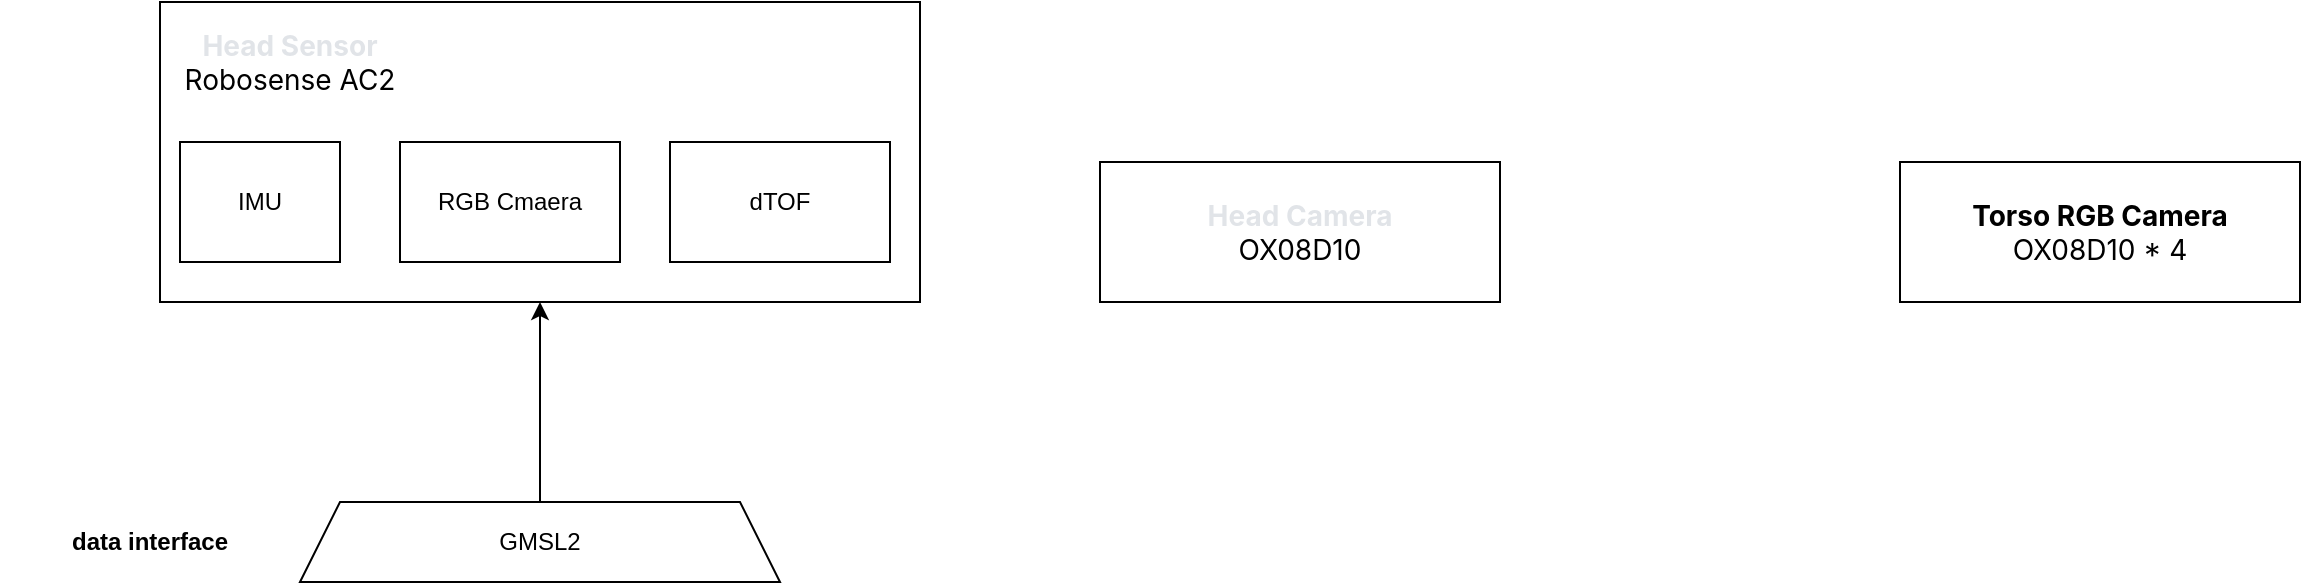
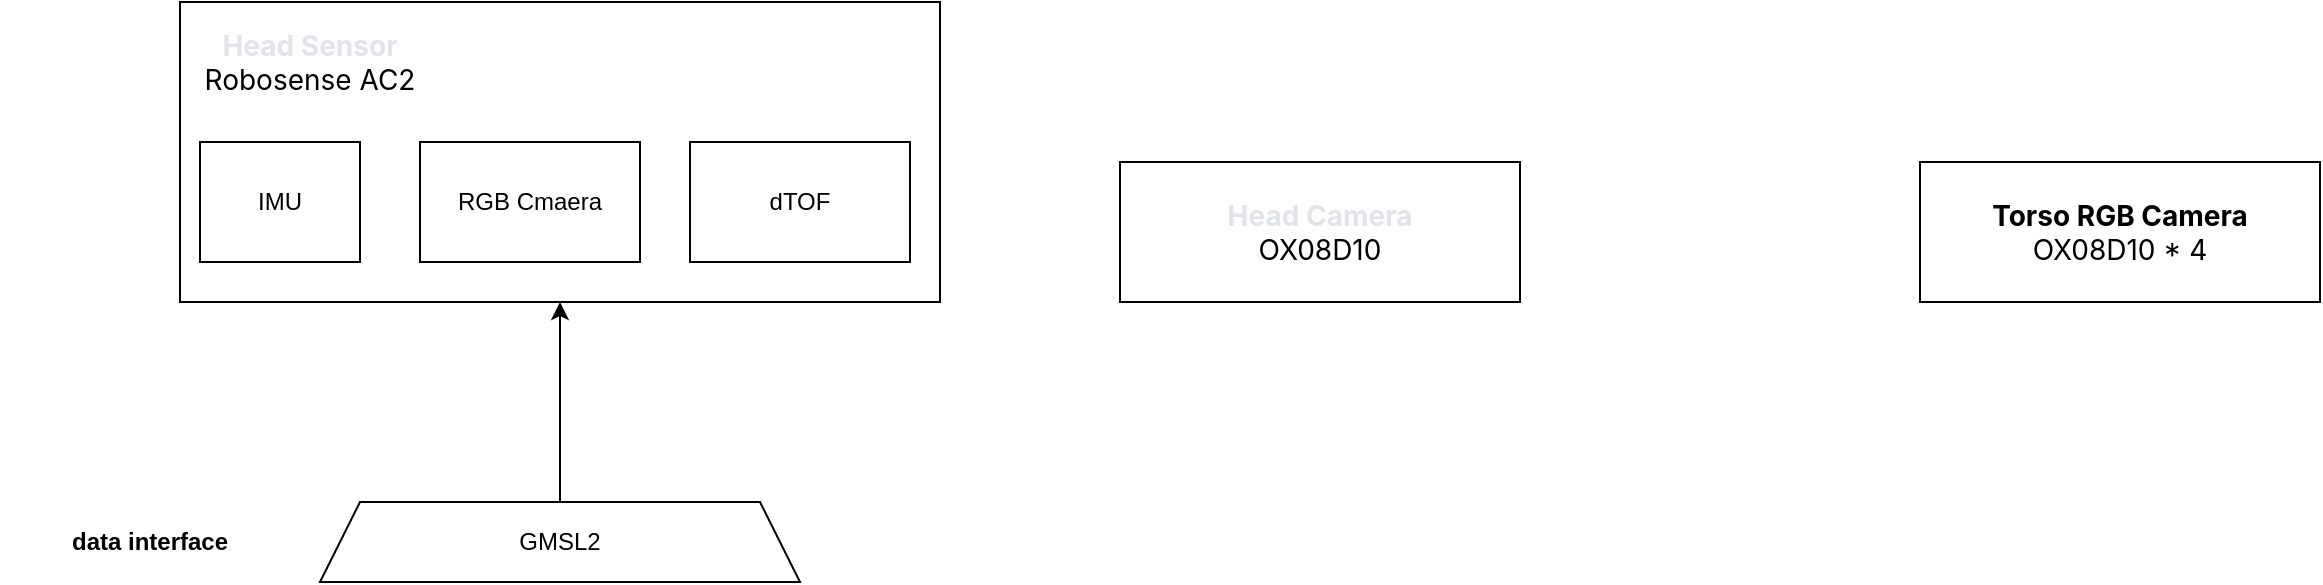
<mxfile host="app.diagrams.net">
  <diagram name="第 1 页" id="LXRXHt9DRMbfsnbOX2XS">
    <mxGraphModel dx="1947" dy="734" grid="1" gridSize="10" guides="1" tooltips="1" connect="1" arrows="1" fold="1" page="1" pageScale="1" pageWidth="827" pageHeight="1169" math="0" shadow="0">
      <root>
        <mxCell id="0" />
        <mxCell id="1" parent="0" />
        <mxCell id="if_Ictj8y_H9tt94Ulmm-2" parent="1" style="rounded=0;whiteSpace=wrap;html=1;" value="" vertex="1">
          <mxGeometry height="150" width="380" x="-380" y="130" as="geometry" />
        </mxCell>
        <mxCell id="if_Ictj8y_H9tt94Ulmm-3" parent="1" style="rounded=0;whiteSpace=wrap;html=1;align=center;" value="&lt;div style=&quot;&quot;&gt;&lt;span style=&quot;font-family: -apple-system, BlinkMacSystemFont, &amp;quot;Segoe WPC&amp;quot;, &amp;quot;Segoe UI&amp;quot;, system-ui, Ubuntu, &amp;quot;Droid Sans&amp;quot;, sans-serif; font-size: 14px;&quot;&gt;&lt;b&gt;Torso RGB Camera&lt;/b&gt;&lt;/span&gt;&lt;span style=&quot;background-color: transparent; color: light-dark(rgb(0, 0, 0), rgb(255, 255, 255)); font-size: 14px;&quot;&gt;&lt;font face=&quot;-apple-system, BlinkMacSystemFont, Segoe WPC, Segoe UI, system-ui, Ubuntu, Droid Sans, sans-serif&quot;&gt;&lt;/font&gt;&lt;/span&gt;&lt;/div&gt;&lt;div style=&quot;&quot;&gt;&lt;span style=&quot;background-color: transparent; color: light-dark(rgb(0, 0, 0), rgb(255, 255, 255)); font-size: 14px;&quot;&gt;&lt;font face=&quot;-apple-system, BlinkMacSystemFont, Segoe WPC, Segoe UI, system-ui, Ubuntu, Droid Sans, sans-serif&quot;&gt;OX08D10 * 4&lt;/font&gt;&lt;/span&gt;&lt;/div&gt;" vertex="1">
          <mxGeometry height="70" width="200" x="490" y="210" as="geometry" />
        </mxCell>
        <mxCell id="0J0jtPP8bCpQZUBdG7A1-1" parent="1" style="rounded=0;whiteSpace=wrap;html=1;" value="&lt;div&gt;&lt;span style=&quot;font-family: -apple-system, BlinkMacSystemFont, &amp;quot;Segoe WPC&amp;quot;, &amp;quot;Segoe UI&amp;quot;, system-ui, Ubuntu, &amp;quot;Droid Sans&amp;quot;, sans-serif; font-size: 14px; text-align: start;&quot;&gt;&lt;font style=&quot;color: light-dark(rgb(225, 228, 232), rgb(255, 255, 255));&quot;&gt;&lt;b&gt;Head Camera&lt;/b&gt;&lt;/font&gt;&lt;/span&gt;&lt;/div&gt;&lt;div&gt;&lt;span style=&quot;font-family: -apple-system, BlinkMacSystemFont, &amp;quot;Segoe WPC&amp;quot;, &amp;quot;Segoe UI&amp;quot;, system-ui, Ubuntu, &amp;quot;Droid Sans&amp;quot;, sans-serif; font-size: 14px; text-align: start;&quot;&gt;OX08D10&lt;/span&gt;&lt;/div&gt;" vertex="1">
          <mxGeometry height="70" width="200" x="90" y="210" as="geometry" />
        </mxCell>
        <mxCell id="0J0jtPP8bCpQZUBdG7A1-2" parent="1" style="rounded=0;whiteSpace=wrap;html=1;" value="IMU" vertex="1">
          <mxGeometry height="60" width="80" x="-370" y="200" as="geometry" />
        </mxCell>
        <mxCell id="0J0jtPP8bCpQZUBdG7A1-6" parent="1" style="rounded=0;whiteSpace=wrap;html=1;" value="RGB Cmaera" vertex="1">
          <mxGeometry height="60" width="110" x="-260" y="200" as="geometry" />
        </mxCell>
        <mxCell id="0J0jtPP8bCpQZUBdG7A1-8" parent="1" style="rounded=0;whiteSpace=wrap;html=1;" value="dTOF" vertex="1">
          <mxGeometry height="60" width="110" x="-125" y="200" as="geometry" />
        </mxCell>
        <mxCell id="0J0jtPP8bCpQZUBdG7A1-10" parent="1" style="text;html=1;whiteSpace=wrap;strokeColor=none;fillColor=none;align=center;verticalAlign=middle;rounded=0;" value="&lt;div&gt;&lt;span style=&quot;font-family: -apple-system, BlinkMacSystemFont, &amp;quot;Segoe WPC&amp;quot;, &amp;quot;Segoe UI&amp;quot;, system-ui, Ubuntu, &amp;quot;Droid Sans&amp;quot;, sans-serif; font-size: 14px; text-align: start;&quot;&gt;&lt;font style=&quot;color: light-dark(rgb(225, 228, 232), rgb(255, 255, 255));&quot;&gt;&lt;b&gt;Head Sensor&lt;/b&gt;&lt;/font&gt;&lt;/span&gt;&lt;/div&gt;&lt;div&gt;&lt;span style=&quot;font-family: -apple-system, BlinkMacSystemFont, &amp;quot;Segoe WPC&amp;quot;, &amp;quot;Segoe UI&amp;quot;, system-ui, Ubuntu, &amp;quot;Droid Sans&amp;quot;, sans-serif; font-size: 14px; text-align: start;&quot;&gt;Robosense AC2&lt;/span&gt;&lt;/div&gt;" vertex="1">
          <mxGeometry height="60" width="130" x="-380" y="130" as="geometry" />
        </mxCell>
        <mxCell id="0J0jtPP8bCpQZUBdG7A1-12" edge="1" parent="1" source="0J0jtPP8bCpQZUBdG7A1-11" style="edgeStyle=orthogonalEdgeStyle;rounded=0;orthogonalLoop=1;jettySize=auto;html=1;exitX=0.5;exitY=0;exitDx=0;exitDy=0;entryX=0.5;entryY=1;entryDx=0;entryDy=0;" target="if_Ictj8y_H9tt94Ulmm-2">
          <mxGeometry relative="1" as="geometry" />
        </mxCell>
        <mxCell id="0J0jtPP8bCpQZUBdG7A1-11" parent="1" style="shape=trapezoid;perimeter=trapezoidPerimeter;whiteSpace=wrap;html=1;fixedSize=1;" value="GMSL2" vertex="1">
          <mxGeometry height="40" width="240" x="-310" y="380" as="geometry" />
        </mxCell>
        <mxCell id="0J0jtPP8bCpQZUBdG7A1-13" parent="1" style="text;html=1;whiteSpace=wrap;strokeColor=none;fillColor=none;align=center;verticalAlign=middle;rounded=0;" value="&lt;b&gt;data interface&lt;/b&gt;" vertex="1">
-           <mxGeometry height="40" width="150" x="-460" y="380" as="geometry" />
+           <mxGeometry height="40" width="150" x="-470" y="380" as="geometry" />
        </mxCell>
      </root>
    </mxGraphModel>
  </diagram>
</mxfile>
